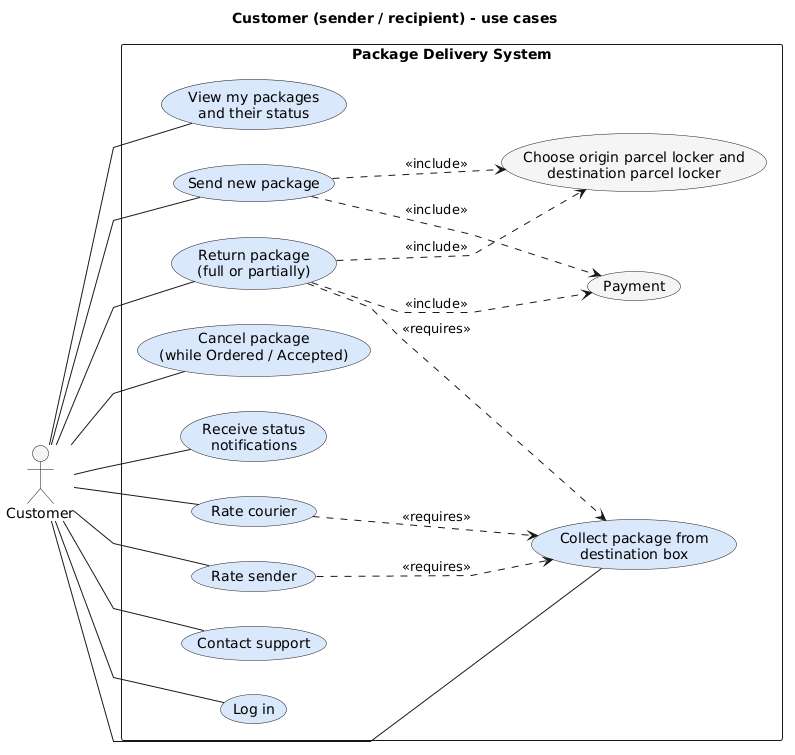
This is krzycha/docs/nowe/use-case/Customer.png from AGH-ISI-projects/package-management, a PlantUML export, as it was before one commit.
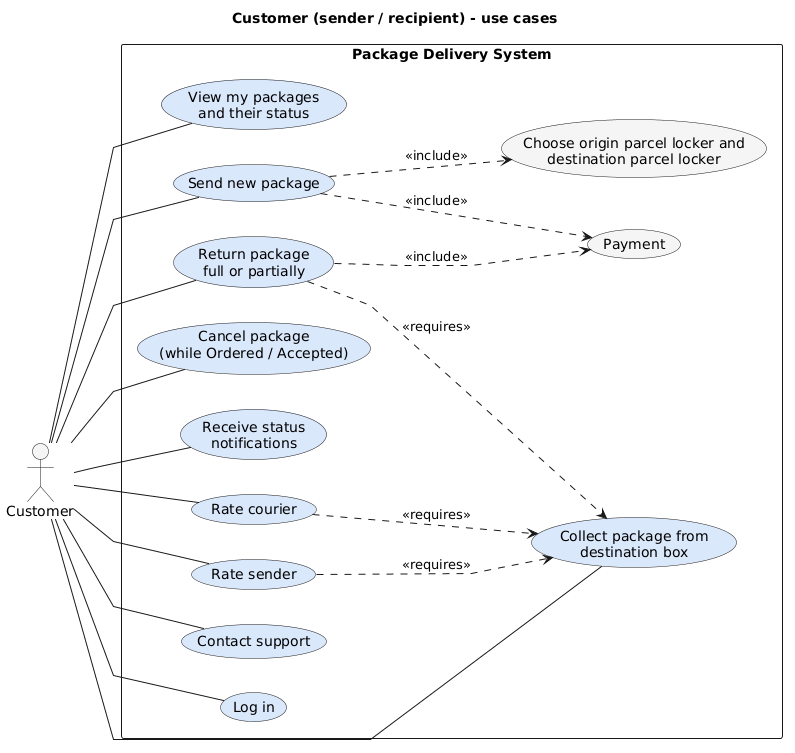
After the commit.

Commit message:
usunieto strzalke include do wybrania destination - przy zwrocie automatycznie

The edit, as a diff of the source:
```diff
@@ -10,7 +10,7 @@
 rectangle "Package Delivery System" {
     usecase "View my packages\nand their status" as UC1 #DAE8FC
     usecase "Send new package" as UC2 #DAE8FC
-    usecase "Return package\n(full or partially)" as UC12 #DAE8FC
+    usecase "Return package\nfull or partially" as UC12 #DAE8FC
     usecase "Cancel package\n(while Ordered / Accepted)" as UC3 #DAE8FC
     usecase "Collect package from\ndestination box" as UC4 #DAE8FC
     usecase "Receive status\nnotifications" as UC5 #DAE8FC
@@ -34,10 +34,8 @@
 Customer -- UC8
 Customer -- UC9
 
-
 UC2 ..> UC10 : <<include>>
 UC2 ..> UC11 : <<include>>
-UC12 ..> UC10 : <<include>>
 UC12 ..> UC11 : <<include>>
 UC6 ..> UC4 : <<requires>>
 UC7 ..> UC4 : <<requires>>
```
